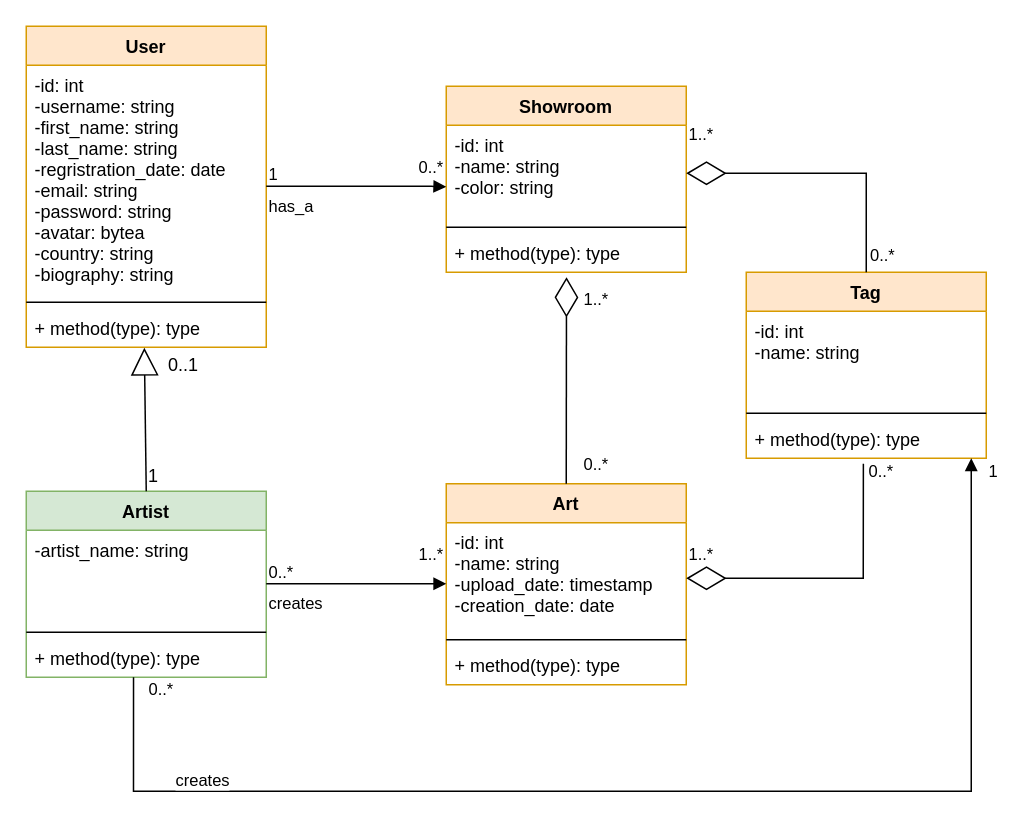
This is media/uml_v1.drawio from Arcn-git/v_gallery, a draw.io file, before an edit. Source tidied: cells renumbered, new cells numbered last; positions are measured from the earlier drawing's top-left corner, leaving out a move shared by most shapes. Both pictures are drawn from the tidied source at 150%, with x=0, y=0 at pixel (26, 26).
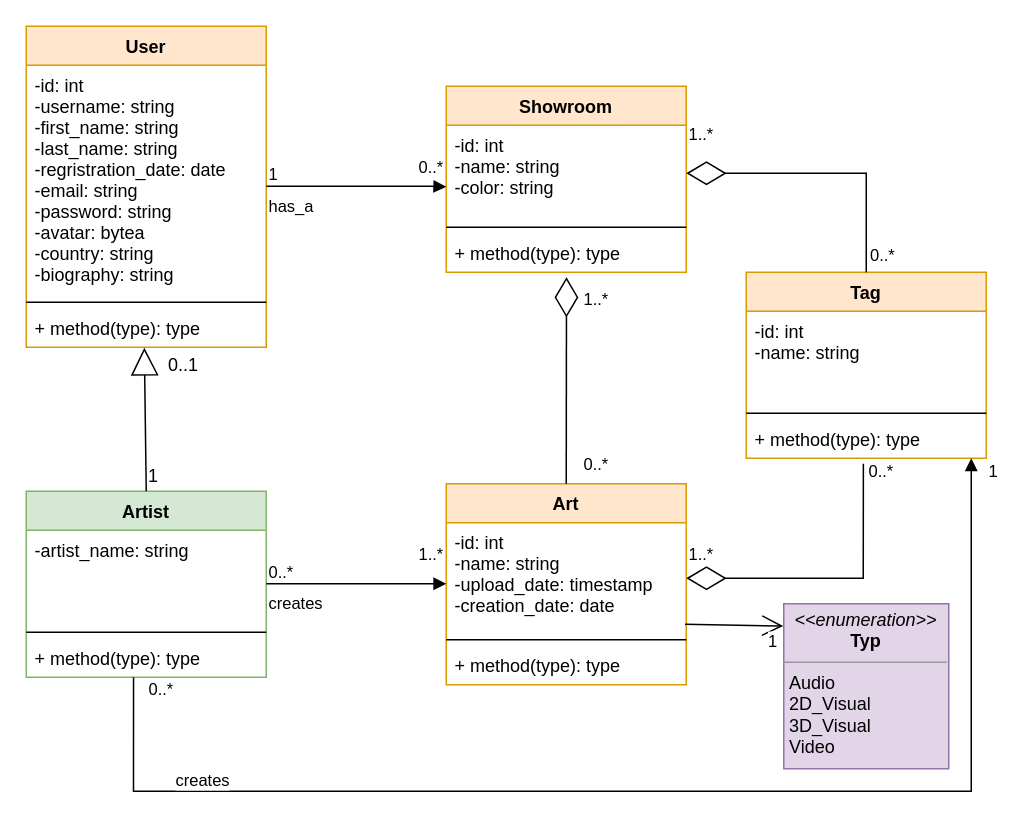
The same page after the edit.

The change refers to these unchanged cells:
```xml
<mxCell id="3" value="-id: int&#10;-name: string&#10;-upload_date: timestamp&#10;-creation_date: date" style="text;strokeColor=none;fillColor=none;align=left;verticalAlign=top;spacingLeft=4;spacingRight=4;overflow=hidden;points=[[0,0.5],[1,0.5]];portConstraint=eastwest;" parent="2" vertex="1">
  <mxGeometry y="26" width="160" height="74" as="geometry" />
</mxCell>
```

Change to the diagram source:
```diff
@@
+    <mxCell id="43" value="&lt;p style=&quot;margin: 0px ; margin-top: 4px ; text-align: center&quot;&gt;&lt;i&gt;&amp;lt;&amp;lt;enumeration&amp;gt;&amp;gt;&lt;/i&gt;&lt;br&gt;&lt;b&gt;Typ&lt;/b&gt;&lt;/p&gt;&lt;hr size=&quot;1&quot;&gt;&lt;p style=&quot;margin: 0px ; margin-left: 4px&quot;&gt;Audio&lt;/p&gt;&lt;p style=&quot;margin: 0px ; margin-left: 4px&quot;&gt;2D_Visual&lt;/p&gt;&lt;p style=&quot;margin: 0px ; margin-left: 4px&quot;&gt;3D_Visual&lt;/p&gt;&lt;p style=&quot;margin: 0px ; margin-left: 4px&quot;&gt;Video&lt;/p&gt;&lt;p style=&quot;margin: 0px ; margin-left: 4px&quot;&gt;&lt;br&gt;&lt;/p&gt;&lt;p style=&quot;margin: 0px ; margin-left: 4px&quot;&gt;&lt;br&gt;&lt;/p&gt;&lt;p style=&quot;margin: 0px ; margin-left: 4px&quot;&gt;&lt;br&gt;&lt;/p&gt;" style="verticalAlign=top;align=left;overflow=fill;fontSize=12;fontFamily=Helvetica;html=1;fillColor=#e1d5e7;strokeColor=#9673a6;" parent="1" vertex="1">
+      <mxGeometry x="505" y="385" width="110" height="110" as="geometry" />
+    </mxCell>
+    <mxCell id="44" style="endArrow=open;endFill=1;endSize=12;html=1;rounded=0;fontColor=#000000;entryX=-0.003;entryY=0.135;entryDx=0;entryDy=0;exitX=0.995;exitY=0.914;exitDx=0;exitDy=0;exitPerimeter=0;entryPerimeter=0;" parent="1" edge="1" source="3" target="43">
+      <mxGeometry relative="1" as="geometry" />
+    </mxCell>
+    <mxCell id="45" value="1" style="edgeLabel;html=1;align=left;verticalAlign=bottom;fontColor=#000000;" parent="1" vertex="1">
+      <mxGeometry x="210" y="320" as="geometry">
+        <mxPoint x="283" y="98" as="offset" />
+      </mxGeometry>
+    </mxCell>
```
